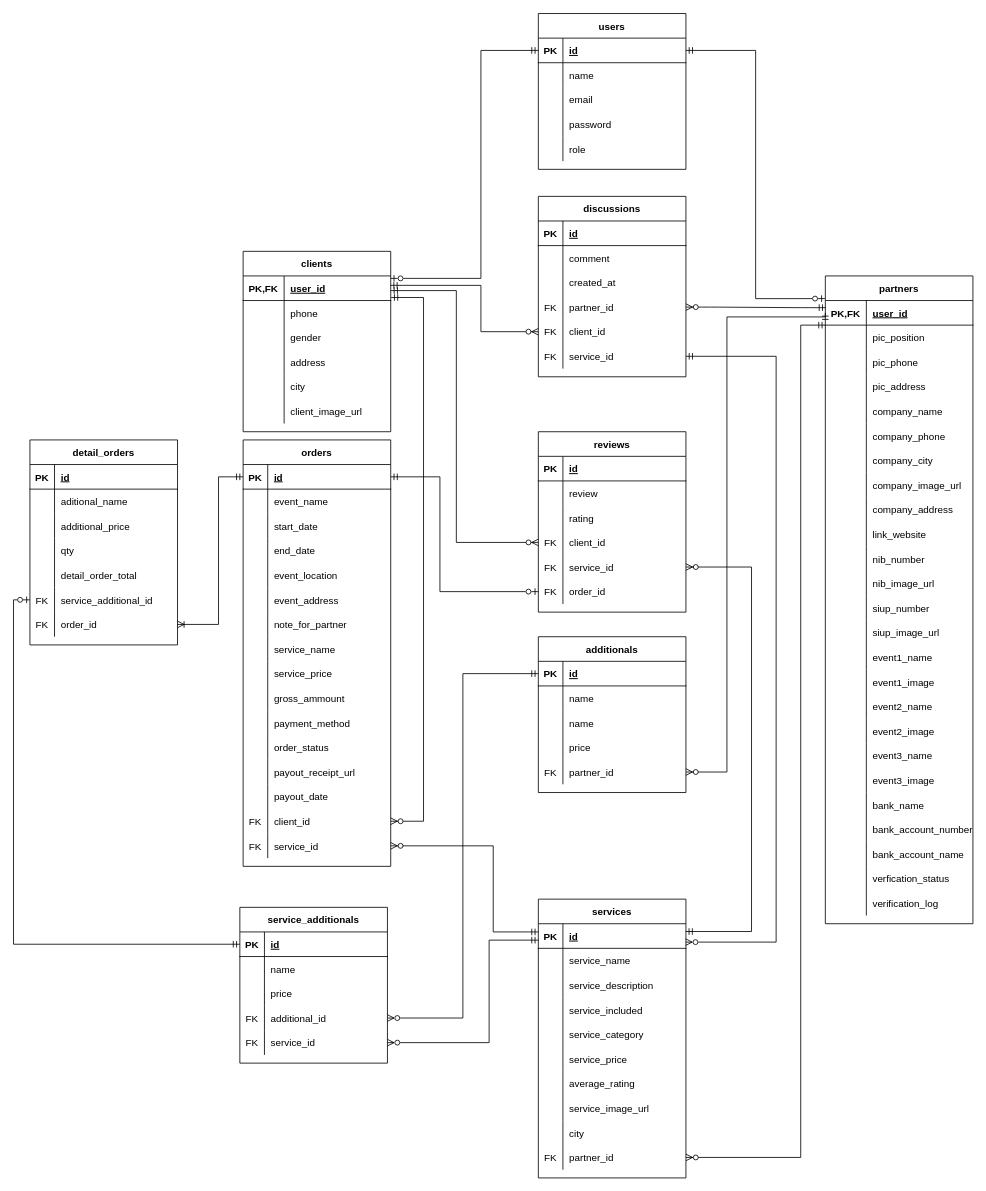
Before: ERD/erd-eo-bozz v3.drawio in Alta-Capstone-Grup2/BE-API-EO-Bozz-capstone-alta1, a draw.io diagram. Source tidied: cells renumbered, new cells numbered last; positions are measured from the earlier drawing's top-left corner, leaving out a move shared by most shapes. Both pictures are drawn from the tidied source at 82%, with x=0, y=0 at pixel (13, 13).
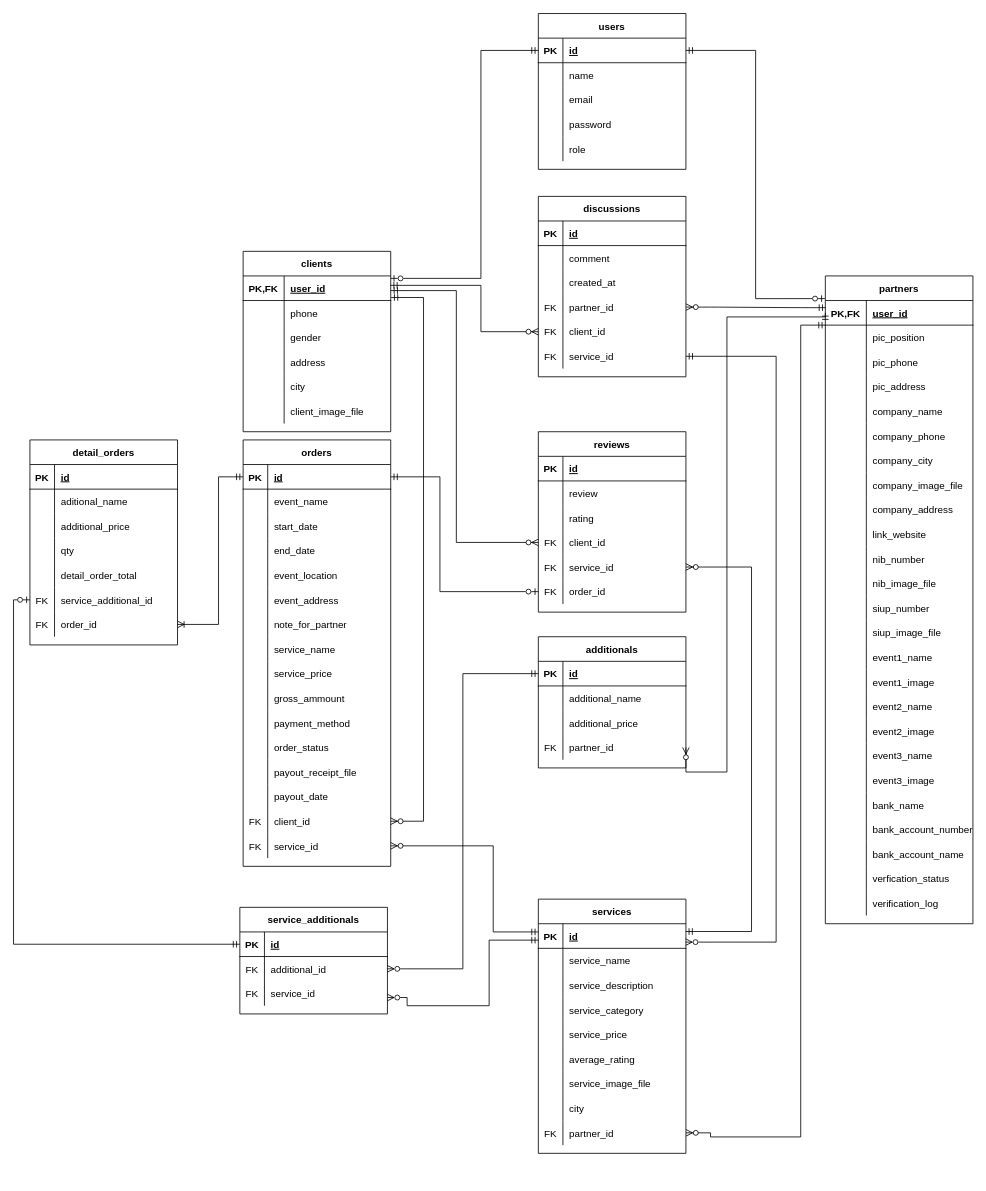
The same page after the edit.

Unchanged cells that the change refers to:
```xml
<mxCell id="18" style="shape=partialRectangle;fillColor=none;top=0;left=0;bottom=0;right=0;" parent="2" vertex="1">
  <mxGeometry y="180" width="180" height="30" as="geometry" />
</mxCell>
<mxCell id="43" style="shape=partialRectangle;fillColor=none;top=0;left=0;bottom=0;right=0;" parent="21" vertex="1">
  <mxGeometry y="240" width="180" height="30" as="geometry" />
</mxCell>
<mxCell id="55" style="shape=partialRectangle;fillColor=none;top=0;left=0;bottom=0;right=0;" parent="21" vertex="1">
  <mxGeometry y="360" width="180" height="30" as="geometry" />
</mxCell>
<mxCell id="61" style="shape=partialRectangle;fillColor=none;top=0;left=0;bottom=0;right=0;" parent="21" vertex="1">
  <mxGeometry y="420" width="180" height="30" as="geometry" />
</mxCell>
<mxCell id="98" style="shape=partialRectangle;fillColor=none;top=0;left=0;bottom=1;right=0;points=[[0,0.5],[1,0.5]];portConstraint=eastwest;" parent="97" vertex="1">
  <mxGeometry y="30" width="180" height="30" as="geometry" />
</mxCell>
<mxCell id="132" style="shape=partialRectangle;fillColor=none;top=0;left=0;bottom=0;right=0;" parent="128" vertex="1">
  <mxGeometry y="60" width="180" height="30" as="geometry" />
</mxCell>
<mxCell id="183" style="shape=partialRectangle;fillColor=none;top=0;left=0;bottom=0;right=0;" parent="146" vertex="1">
  <mxGeometry y="390" width="180" height="30" as="geometry" />
</mxCell>
```

What changed in the source:
```diff
@@
-    <mxCell id="20" value="client_image_url" style="shape=partialRectangle;fillColor=none;top=0;left=0;bottom=0;right=0;align=left;spacingLeft=6;overflow=hidden;" parent="18" vertex="1">
+    <mxCell id="20" value="client_image_file" style="shape=partialRectangle;fillColor=none;top=0;left=0;bottom=0;right=0;align=left;spacingLeft=6;overflow=hidden;" parent="18" vertex="1">
       <mxGeometry x="50" width="130" height="30" as="geometry" />
     </mxCell>
@@
-    <mxCell id="45" value="company_image_url" style="shape=partialRectangle;fillColor=none;top=0;left=0;bottom=0;right=0;align=left;spacingLeft=6;overflow=hidden;" parent="43" vertex="1">
+    <mxCell id="45" value="company_image_file" style="shape=partialRectangle;fillColor=none;top=0;left=0;bottom=0;right=0;align=left;spacingLeft=6;overflow=hidden;" parent="43" vertex="1">
       <mxGeometry x="50" width="130" height="30" as="geometry" />
     </mxCell>
@@
-    <mxCell id="57" value="nib_image_url" style="shape=partialRectangle;fillColor=none;top=0;left=0;bottom=0;right=0;align=left;spacingLeft=6;overflow=hidden;" parent="55" vertex="1">
+    <mxCell id="57" value="nib_image_file" style="shape=partialRectangle;fillColor=none;top=0;left=0;bottom=0;right=0;align=left;spacingLeft=6;overflow=hidden;" parent="55" vertex="1">
       <mxGeometry x="50" width="130" height="30" as="geometry" />
     </mxCell>
@@
-    <mxCell id="63" value="siup_image_url" style="shape=partialRectangle;fillColor=none;top=0;left=0;bottom=0;right=0;align=left;spacingLeft=6;overflow=hidden;" parent="61" vertex="1">
+    <mxCell id="63" value="siup_image_file" style="shape=partialRectangle;fillColor=none;top=0;left=0;bottom=0;right=0;align=left;spacingLeft=6;overflow=hidden;" parent="61" vertex="1">
       <mxGeometry x="50" width="130" height="30" as="geometry" />
     </mxCell>
@@
     <mxCell id="97" value="services" style="shape=table;startSize=30;childLayout=tableLayout;rowLines=0;fontStyle=1;align=center;" parent="1" vertex="1">
-      <mxGeometry x="640" y="1080" width="180" height="340" as="geometry" />
+      <mxGeometry x="640" y="1080" width="180" height="310" as="geometry" />
     </mxCell>
@@
-    <mxCell id="107" style="shape=partialRectangle;fillColor=none;top=0;left=0;bottom=0;right=0;" parent="97" vertex="1">
-      <mxGeometry y="120" width="180" height="30" as="geometry" />
-    </mxCell>
-    <mxCell id="108" style="shape=partialRectangle;fillColor=none;top=0;left=0;bottom=0;right=0;overflow=hidden;" parent="107" vertex="1">
-      <mxGeometry width="30" height="30" as="geometry" />
-    </mxCell>
-    <mxCell id="109" value="service_included" style="shape=partialRectangle;fillColor=none;top=0;left=0;bottom=0;right=0;align=left;spacingLeft=6;overflow=hidden;" parent="107" vertex="1">
-      <mxGeometry x="30" width="150" height="30" as="geometry" />
-    </mxCell>
     <mxCell id="110" style="shape=partialRectangle;fillColor=none;top=0;left=0;bottom=0;right=0;" parent="97" vertex="1">
-      <mxGeometry y="150" width="180" height="30" as="geometry" />
+      <mxGeometry y="120" width="180" height="30" as="geometry" />
     </mxCell>
@@
     <mxCell id="113" style="shape=partialRectangle;fillColor=none;top=0;left=0;bottom=0;right=0;" parent="97" vertex="1">
-      <mxGeometry y="180" width="180" height="30" as="geometry" />
+      <mxGeometry y="150" width="180" height="30" as="geometry" />
     </mxCell>
@@
     <mxCell id="116" style="shape=partialRectangle;fillColor=none;top=0;left=0;bottom=0;right=0;" parent="97" vertex="1">
-      <mxGeometry y="210" width="180" height="30" as="geometry" />
+      <mxGeometry y="180" width="180" height="30" as="geometry" />
     </mxCell>
@@
     <mxCell id="119" style="shape=partialRectangle;fillColor=none;top=0;left=0;bottom=0;right=0;" parent="97" vertex="1">
-      <mxGeometry y="240" width="180" height="30" as="geometry" />
+      <mxGeometry y="210" width="180" height="30" as="geometry" />
     </mxCell>
@@
-    <mxCell id="121" value="service_image_url" style="shape=partialRectangle;fillColor=none;top=0;left=0;bottom=0;right=0;align=left;spacingLeft=6;overflow=hidden;" parent="119" vertex="1">
+    <mxCell id="121" value="service_image_file" style="shape=partialRectangle;fillColor=none;top=0;left=0;bottom=0;right=0;align=left;spacingLeft=6;overflow=hidden;" parent="119" vertex="1">
       <mxGeometry x="30" width="150" height="30" as="geometry" />
     </mxCell>
     <mxCell id="122" style="shape=partialRectangle;fillColor=none;top=0;left=0;bottom=0;right=0;" parent="97" vertex="1">
-      <mxGeometry y="270" width="180" height="30" as="geometry" />
+      <mxGeometry y="240" width="180" height="30" as="geometry" />
     </mxCell>
@@
     <mxCell id="125" style="shape=partialRectangle;fillColor=none;top=0;left=0;bottom=0;right=0;points=[[0,0.5],[1,0.5]];portConstraint=eastwest;" parent="97" vertex="1">
-      <mxGeometry y="300" width="180" height="30" as="geometry" />
+      <mxGeometry y="270" width="180" height="30" as="geometry" />
     </mxCell>
@@
     <mxCell id="128" value="additionals" style="shape=table;startSize=30;childLayout=tableLayout;rowLines=0;fontStyle=1;align=center;" parent="1" vertex="1">
-      <mxGeometry x="640" y="760" width="180" height="190" as="geometry" />
+      <mxGeometry x="640" y="760" width="180" height="160" as="geometry" />
     </mxCell>
@@
-    <mxCell id="134" value="name" style="shape=partialRectangle;fillColor=none;top=0;left=0;bottom=0;right=0;align=left;spacingLeft=6;overflow=hidden;" parent="132" vertex="1">
+    <mxCell id="134" value="additional_name" style="shape=partialRectangle;fillColor=none;top=0;left=0;bottom=0;right=0;align=left;spacingLeft=6;overflow=hidden;" parent="132" vertex="1">
       <mxGeometry x="30" width="150" height="30" as="geometry" />
     </mxCell>
-    <mxCell id="135" style="shape=partialRectangle;fillColor=none;top=0;left=0;bottom=0;right=0;" parent="128" vertex="1">
-      <mxGeometry y="90" width="180" height="30" as="geometry" />
-    </mxCell>
-    <mxCell id="136" style="shape=partialRectangle;fillColor=none;top=0;left=0;bottom=0;right=0;overflow=hidden;" parent="135" vertex="1">
-      <mxGeometry width="30" height="30" as="geometry" />
-    </mxCell>
-    <mxCell id="137" value="name" style="shape=partialRectangle;fillColor=none;top=0;left=0;bottom=0;right=0;align=left;spacingLeft=6;overflow=hidden;" parent="135" vertex="1">
-      <mxGeometry x="30" width="150" height="30" as="geometry" />
-    </mxCell>
     <mxCell id="138" style="shape=partialRectangle;fillColor=none;top=0;left=0;bottom=0;right=0;" parent="128" vertex="1">
-      <mxGeometry y="120" width="180" height="30" as="geometry" />
+      <mxGeometry y="90" width="180" height="30" as="geometry" />
     </mxCell>
@@
-    <mxCell id="140" value="price" style="shape=partialRectangle;fillColor=none;top=0;left=0;bottom=0;right=0;align=left;spacingLeft=6;overflow=hidden;" parent="138" vertex="1">
+    <mxCell id="140" value="additional_price" style="shape=partialRectangle;fillColor=none;top=0;left=0;bottom=0;right=0;align=left;spacingLeft=6;overflow=hidden;" parent="138" vertex="1">
       <mxGeometry x="30" width="150" height="30" as="geometry" />
     </mxCell>
     <mxCell id="141" style="shape=partialRectangle;fillColor=none;top=0;left=0;bottom=0;right=0;points=[[0,0.5],[1,0.5]];portConstraint=eastwest;" parent="128" vertex="1">
-      <mxGeometry y="150" width="180" height="30" as="geometry" />
+      <mxGeometry y="120" width="180" height="30" as="geometry" />
     </mxCell>
@@
     <mxCell id="144" style="fontSize=12;html=1;endArrow=ERzeroToMany;startArrow=ERmandOne;entryX=1;entryY=0.5;entryDx=0;entryDy=0;rounded=0;edgeStyle=orthogonalEdgeStyle;" parent="1" edge="1" target="125">
       <mxGeometry relative="1" as="geometry">
         <mxPoint x="990" y="380" as="sourcePoint" />
         <Array as="points">
           <mxPoint x="960" y="380" />
-          <mxPoint x="960" y="1395" />
+          <mxPoint x="960" y="1370" />
+          <mxPoint x="850" y="1370" />
+          <mxPoint x="850" y="1365" />
         </Array>
       </mxGeometry>
     </mxCell>
@@
-    <mxCell id="185" value="payout_receipt_url" style="shape=partialRectangle;fillColor=none;top=0;left=0;bottom=0;right=0;align=left;spacingLeft=6;overflow=hidden;" parent="183" vertex="1">
+    <mxCell id="185" value="payout_receipt_file" style="shape=partialRectangle;fillColor=none;top=0;left=0;bottom=0;right=0;align=left;spacingLeft=6;overflow=hidden;" parent="183" vertex="1">
       <mxGeometry x="30" width="150" height="30" as="geometry" />
     </mxCell>
@@
     <mxCell id="257" value="service_additionals" style="shape=table;startSize=30;childLayout=tableLayout;rowLines=0;fontStyle=1;align=center;" parent="1" vertex="1">
-      <mxGeometry x="276" y="1090" width="180" height="190" as="geometry" />
+      <mxGeometry x="276" y="1090" width="180" height="130" as="geometry" />
     </mxCell>
@@
-    <mxCell id="261" style="shape=partialRectangle;fillColor=none;top=0;left=0;bottom=0;right=0;" parent="257" vertex="1">
-      <mxGeometry y="60" width="180" height="30" as="geometry" />
-    </mxCell>
-    <mxCell id="262" style="shape=partialRectangle;fillColor=none;top=0;left=0;bottom=0;right=0;overflow=hidden;" parent="261" vertex="1">
-      <mxGeometry width="30" height="30" as="geometry" />
-    </mxCell>
-    <mxCell id="263" value="name" style="shape=partialRectangle;fillColor=none;top=0;left=0;bottom=0;right=0;align=left;spacingLeft=6;overflow=hidden;" parent="261" vertex="1">
-      <mxGeometry x="30" width="150" height="30" as="geometry" />
-    </mxCell>
-    <mxCell id="264" style="shape=partialRectangle;fillColor=none;top=0;left=0;bottom=0;right=0;" parent="257" vertex="1">
-      <mxGeometry y="90" width="180" height="30" as="geometry" />
-    </mxCell>
-    <mxCell id="265" style="shape=partialRectangle;fillColor=none;top=0;left=0;bottom=0;right=0;overflow=hidden;" parent="264" vertex="1">
-      <mxGeometry width="30" height="30" as="geometry" />
-    </mxCell>
-    <mxCell id="266" value="price" style="shape=partialRectangle;fillColor=none;top=0;left=0;bottom=0;right=0;align=left;spacingLeft=6;overflow=hidden;" parent="264" vertex="1">
-      <mxGeometry x="30" width="150" height="30" as="geometry" />
-    </mxCell>
     <mxCell id="267" style="shape=partialRectangle;fillColor=none;top=0;left=0;bottom=0;right=0;points=[[0,0.5],[1,0.5]];portConstraint=eastwest;" parent="257" vertex="1">
-      <mxGeometry y="120" width="180" height="30" as="geometry" />
+      <mxGeometry y="60" width="180" height="30" as="geometry" />
     </mxCell>
@@
     <mxCell id="270" style="shape=partialRectangle;fillColor=none;top=0;left=0;bottom=0;right=0;points=[[0,0.5],[1,0.5]];portConstraint=eastwest;" parent="257" vertex="1">
-      <mxGeometry y="150" width="180" height="30" as="geometry" />
+      <mxGeometry y="90" width="180" height="30" as="geometry" />
     </mxCell>
@@
-    <mxCell id="273" style="edgeStyle=orthogonalEdgeStyle;rounded=0;jettySize=auto;html=1;entryX=1;entryY=0.5;entryDx=0;entryDy=0;startArrow=ERmandOne;startFill=0;endArrow=ERzeroToMany;endFill=0;" parent="1" edge="1" source="98" target="270">
+    <mxCell id="273" style="edgeStyle=orthogonalEdgeStyle;rounded=0;jettySize=auto;html=1;startArrow=ERmandOne;startFill=0;endArrow=ERzeroToMany;endFill=0;" parent="1" edge="1" source="98">
       <mxGeometry relative="1" as="geometry">
+        <mxPoint x="456" y="1200" as="targetPoint" />
         <Array as="points">
           <mxPoint x="580" y="1130" />
-          <mxPoint x="580" y="1255" />
+          <mxPoint x="580" y="1210" />
+          <mxPoint x="480" y="1210" />
+          <mxPoint x="480" y="1200" />
         </Array>
       </mxGeometry>
     </mxCell>
```
